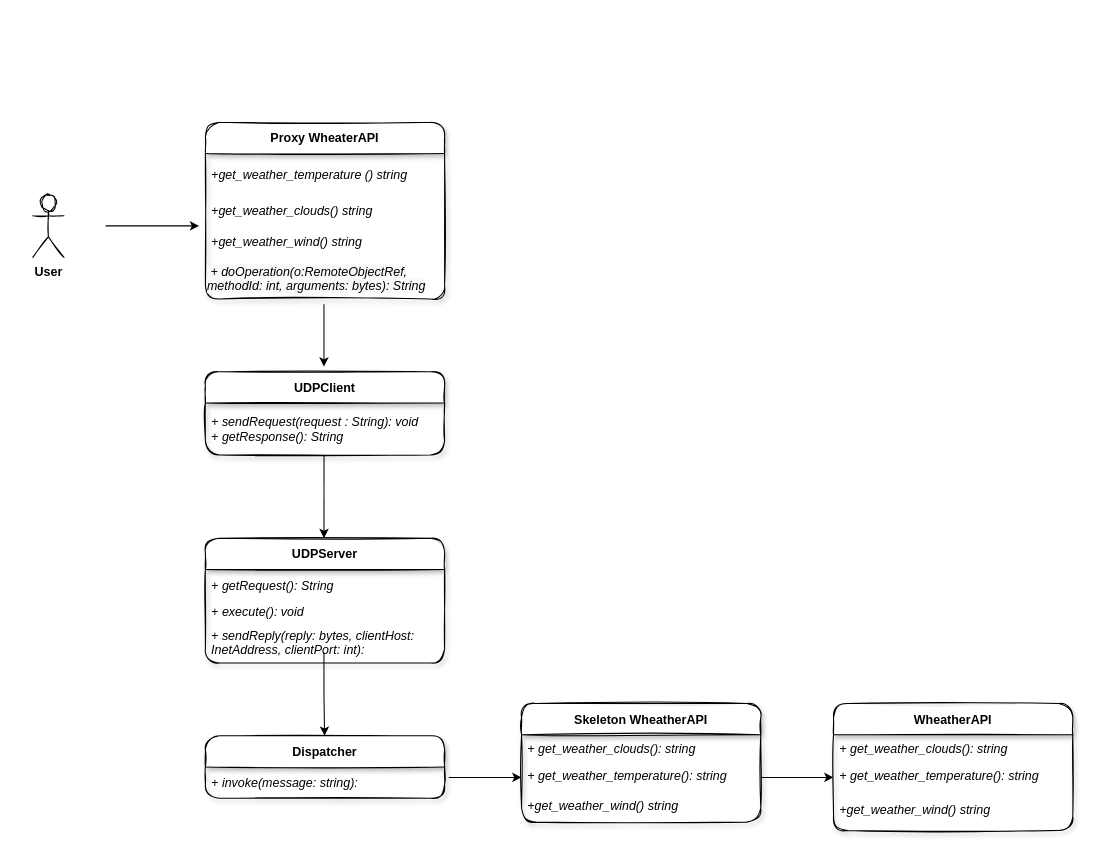
Before: docs/Weather Diagram.drawio in joaocarvoli-university/distribuited-systems, a draw.io diagram. Source tidied: cells renumbered, new cells numbered last; positions are measured from the earlier drawing's top-left corner, leaving out a move shared by most shapes. Both pictures are drawn from the tidied source at 104%, with x=0, y=0 at pixel (32, 122).
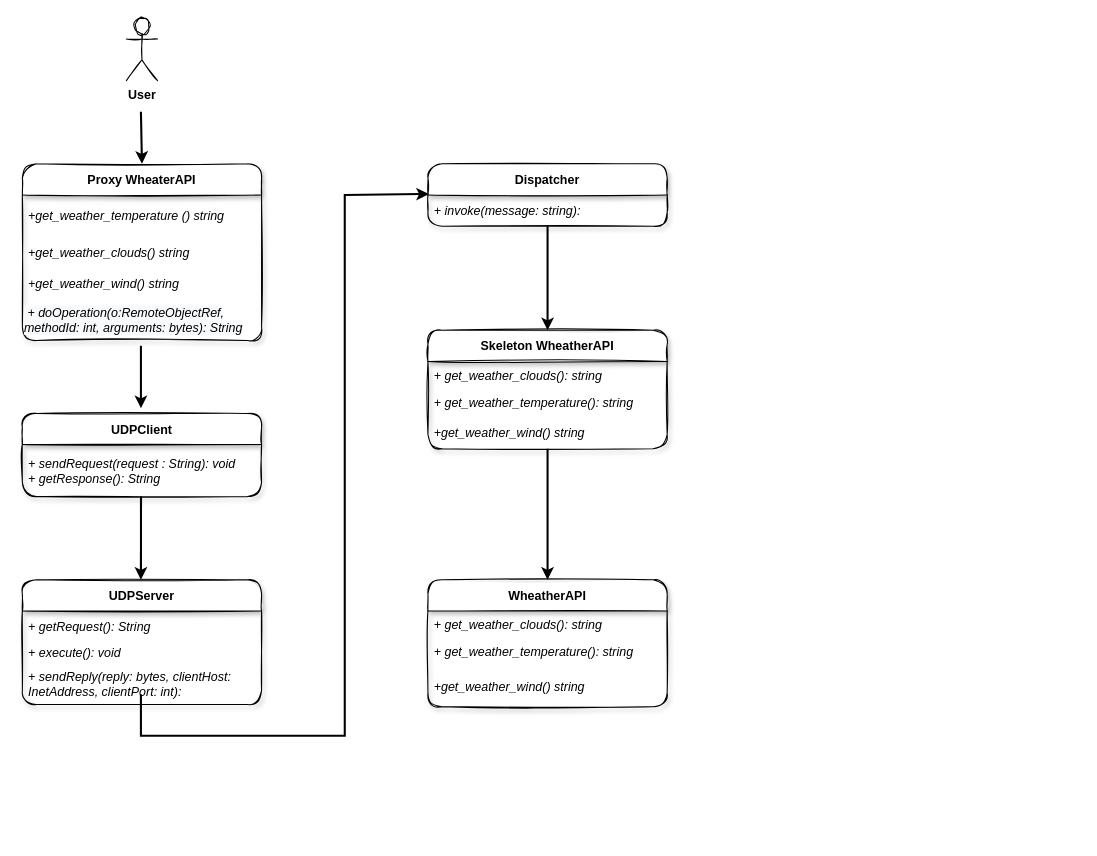
After the change.

Unchanged cells that the change refers to:
```xml
<mxCell id="6" value="+ sendRequest(request : String): void&#10;+ getResponse(): String" style="text;align=left;verticalAlign=middle;spacingLeft=4;spacingRight=4;overflow=hidden;points=[[0,0.5],[1,0.5]];portConstraint=eastwest;fontStyle=2;" parent="5" vertex="1">
  <mxGeometry y="30" width="230" height="50" as="geometry" />
</mxCell>
<mxCell id="13" value="+ invoke(message: string):" style="text;align=left;verticalAlign=middle;spacingLeft=4;spacingRight=4;overflow=hidden;points=[[0,0.5],[1,0.5]];portConstraint=eastwest;fontStyle=2;" parent="12" vertex="1">
  <mxGeometry y="30" width="230" height="30" as="geometry" />
</mxCell>
```

What changed in the source:
```diff
@@
-<mxGraphModel>
+<mxGraphModel background="#ffffff">
@@
     <mxCell id="2" value="&lt;b&gt;User&lt;/b&gt;" style="shape=umlActor;verticalLabelPosition=bottom;verticalAlign=top;html=1;shadow=0;sketch=1;" parent="1" vertex="1">
-      <mxGeometry y="70" width="30" height="60" as="geometry" />
+      <mxGeometry x="90" y="-100" width="30" height="60" as="geometry" />
     </mxCell>
-    <mxCell id="3" style="endArrow=classic;html=1;rounded=0;" parent="1" edge="1">
+    <mxCell id="3" style="endArrow=classic;html=1;rounded=0;entryX=0.5;entryY=0;entryDx=0;entryDy=0;strokeWidth=2;" parent="1" edge="1" target="21">
       <mxGeometry relative="1" as="geometry">
-        <mxPoint x="70" y="99.7" as="sourcePoint" />
-        <mxPoint x="160" y="99.7" as="targetPoint" />
+        <mxPoint x="104" y="-10" as="sourcePoint" />
       </mxGeometry>
     </mxCell>
-    <mxCell id="4" style="endArrow=classic;html=1;rounded=0;" parent="1" edge="1">
+    <mxCell id="4" style="endArrow=classic;html=1;rounded=0;strokeWidth=2;" parent="1" edge="1">
       <mxGeometry relative="1" as="geometry">
-        <mxPoint x="280" y="175" as="sourcePoint" />
-        <mxPoint x="280" y="235" as="targetPoint" />
+        <mxPoint x="104" y="215" as="sourcePoint" />
+        <mxPoint x="104" y="275" as="targetPoint" />
         <Array as="points">
-          <mxPoint x="280" y="205" />
+          <mxPoint x="104" y="245" />
         </Array>
       </mxGeometry>
     </mxCell>
     <mxCell id="5" value="UDPClient" style="swimlane;fontStyle=1;horizontal=1;startSize=30;shadow=1;rounded=1;sketch=1;" parent="1" vertex="1">
-      <mxGeometry x="166" y="240" width="230" height="80" as="geometry" />
+      <mxGeometry x="-10" y="280" width="230" height="80" as="geometry" />
     </mxCell>
@@
-    <mxCell id="7" style="endArrow=classic;html=1;rounded=0;exitX=0.496;exitY=1;exitDx=0;exitDy=0;exitPerimeter=0;" parent="5" edge="1" source="6">
+    <mxCell id="7" style="endArrow=classic;html=1;rounded=0;exitX=0.496;exitY=1;exitDx=0;exitDy=0;exitPerimeter=0;strokeWidth=2;" parent="5" edge="1" source="6">
       <mxGeometry relative="1" as="geometry">
         <mxPoint x="114" y="160" as="targetPoint" />
       </mxGeometry>
     </mxCell>
     <mxCell id="8" value="UDPServer" style="swimlane;fontStyle=1;horizontal=1;startSize=30;rounded=1;shadow=1;sketch=1;" parent="1" vertex="1">
-      <mxGeometry x="166" y="400" width="230" height="120" as="geometry" />
+      <mxGeometry x="-10" y="440" width="230" height="120" as="geometry" />
     </mxCell>
@@
+    <mxCell id="30" style="edgeStyle=orthogonalEdgeStyle;rounded=0;jettySize=auto;html=1;entryX=0.5;entryY=0;entryDx=0;entryDy=0;strokeWidth=2;" parent="1" edge="1" source="12" target="15">
+      <mxGeometry relative="1" as="geometry" />
+    </mxCell>
     <mxCell id="12" value="Dispatcher" style="swimlane;fontStyle=1;horizontal=1;startSize=30;rounded=1;shadow=1;sketch=1;" parent="1" vertex="1">
-      <mxGeometry x="166" y="590" width="230" height="60" as="geometry" />
+      <mxGeometry x="380" y="40" width="230" height="60" as="geometry" />
     </mxCell>
@@
-    <mxCell id="14" style="endArrow=classic;html=1;rounded=0;" parent="1" edge="1" target="12">
+    <mxCell id="14" style="endArrow=classic;html=1;rounded=0;entryX=0.004;entryY=-0.033;entryDx=0;entryDy=0;entryPerimeter=0;strokeWidth=2;" parent="1" edge="1" target="13">
       <mxGeometry relative="1" as="geometry">
-        <mxPoint x="280" y="510" as="sourcePoint" />
+        <mxPoint x="104" y="550" as="sourcePoint" />
         <Array as="points">
-          <mxPoint x="280" y="550" />
+          <mxPoint x="104" y="590" />
+          <mxPoint x="300" y="590" />
+          <mxPoint x="300" y="330" />
+          <mxPoint x="300" y="70" />
         </Array>
       </mxGeometry>
     </mxCell>
+    <mxCell id="31" style="edgeStyle=orthogonalEdgeStyle;rounded=0;jettySize=auto;html=1;entryX=0.5;entryY=0;entryDx=0;entryDy=0;strokeWidth=2;" parent="1" edge="1" source="15" target="26">
+      <mxGeometry relative="1" as="geometry" />
+    </mxCell>
     <mxCell id="15" value="Skeleton WheatherAPI" style="swimlane;fontStyle=1;horizontal=1;startSize=30;rounded=1;shadow=1;sketch=1;" parent="1" vertex="1">
-      <mxGeometry x="470" y="559" width="230" height="114" as="geometry" />
+      <mxGeometry x="380" y="200" width="230" height="114" as="geometry" />
     </mxCell>
@@
-    <mxCell id="19" style="endArrow=classic;html=1;rounded=0;" parent="1" edge="1">
-      <mxGeometry relative="1" as="geometry">
-        <mxPoint x="400" y="630" as="sourcePoint" />
-        <mxPoint x="470" y="630" as="targetPoint" />
-      </mxGeometry>
-    </mxCell>
-    <mxCell id="20" style="endArrow=classic;html=1;rounded=0;" parent="1" edge="1">
-      <mxGeometry relative="1" as="geometry">
-        <mxPoint x="700" y="630" as="sourcePoint" />
-        <mxPoint x="770" y="630" as="targetPoint" />
-      </mxGeometry>
-    </mxCell>
     <mxCell id="21" value="Proxy WheaterAPI" style="swimlane;fontStyle=1;horizontal=1;startSize=30;shadow=1;rounded=1;sketch=1;" parent="1" vertex="1">
-      <mxGeometry x="166" width="230" height="170" as="geometry" />
+      <mxGeometry x="-10" y="40" width="230" height="170" as="geometry" />
     </mxCell>
@@
     <mxCell id="26" value="WheatherAPI" style="swimlane;fontStyle=1;horizontal=1;startSize=30;rounded=1;shadow=1;sketch=1;" parent="1" vertex="1">
-      <mxGeometry x="770" y="559" width="230" height="122" as="geometry" />
+      <mxGeometry x="380" y="440" width="230" height="122" as="geometry" />
     </mxCell>
```
